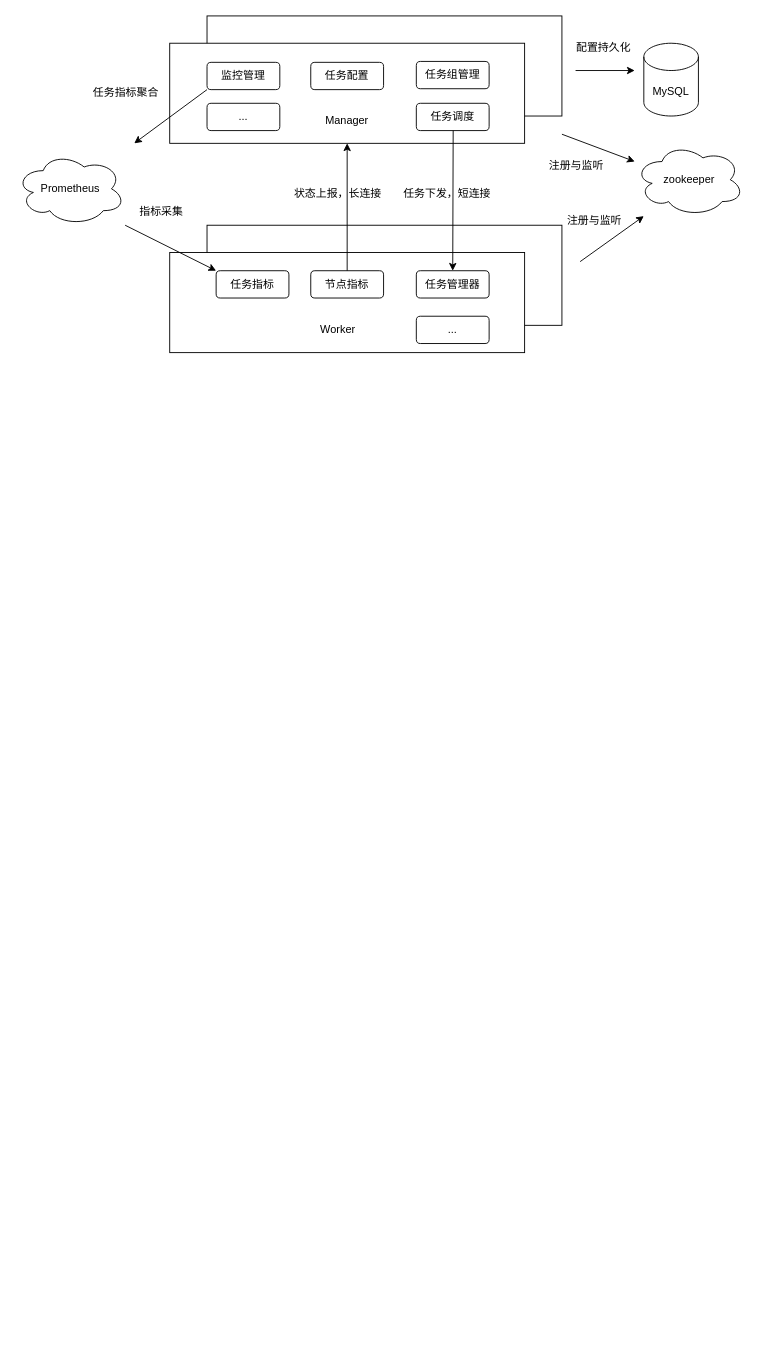
believezzd/diagrams keeps this draw.io diagram as dts/dts-architecture.drawio. Above is the earlier version. Source tidied: cells renumbered, new cells numbered last; positions are measured from the earlier drawing's top-left corner, leaving out a move shared by most shapes. Both pictures are drawn from the tidied source at 91%, with x=0, y=0 at pixel (15, 15).
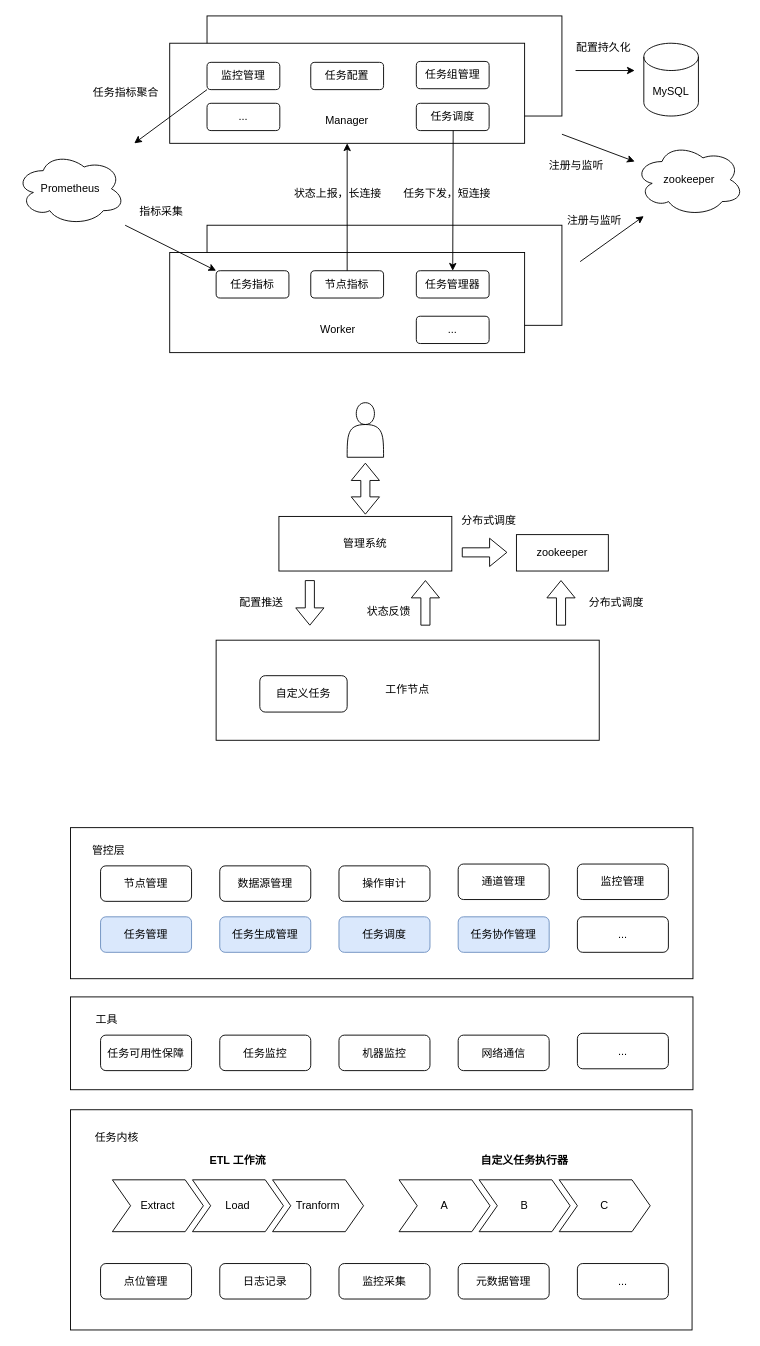
The same page after the edit.

Change to the diagram source:
```diff
@@
+    <mxCell id="34" style="rounded=0;whiteSpace=wrap;html=1;" parent="1" vertex="1">
+      <mxGeometry x="60" y="1202" width="683" height="242" as="geometry" />
+    </mxCell>
+    <mxCell id="35" style="rounded=0;whiteSpace=wrap;html=1;" parent="1" vertex="1">
+      <mxGeometry x="60" y="1078" width="684" height="102" as="geometry" />
+    </mxCell>
@@
+    <mxCell id="36" style="shape=actor;whiteSpace=wrap;html=1;" parent="1" vertex="1">
+      <mxGeometry x="364" y="425" width="40" height="60" as="geometry" />
+    </mxCell>
+    <mxCell id="37" value="管理系统" style="rounded=0;whiteSpace=wrap;html=1;" parent="1" vertex="1">
+      <mxGeometry x="289" y="550" width="190" height="60" as="geometry" />
+    </mxCell>
+    <mxCell id="38" value="工作节点" style="rounded=0;whiteSpace=wrap;html=1;" parent="1" vertex="1">
+      <mxGeometry x="220" y="686" width="421" height="110" as="geometry" />
+    </mxCell>
+    <mxCell id="39" style="shape=flexArrow;endArrow=classic;html=1;rounded=0;" parent="1" edge="1">
+      <mxGeometry relative="1" as="geometry">
+        <mxPoint x="450" y="670" as="sourcePoint" />
+        <mxPoint x="450" y="620" as="targetPoint" />
+      </mxGeometry>
+    </mxCell>
+    <mxCell id="40" value="zookeeper" style="rounded=0;whiteSpace=wrap;html=1;" parent="1" vertex="1">
+      <mxGeometry x="550" y="570" width="101" height="40" as="geometry" />
+    </mxCell>
+    <mxCell id="41" style="shape=flexArrow;endArrow=classic;html=1;rounded=0;" parent="1" edge="1">
+      <mxGeometry relative="1" as="geometry">
+        <mxPoint x="323" y="620" as="sourcePoint" />
+        <mxPoint x="323" y="670" as="targetPoint" />
+      </mxGeometry>
+    </mxCell>
+    <mxCell id="42" value="配置推送" style="text;html=1;strokeColor=none;fillColor=none;align=center;verticalAlign=middle;whiteSpace=wrap;rounded=0;" parent="1" vertex="1">
+      <mxGeometry x="240" y="630" width="60" height="30" as="geometry" />
+    </mxCell>
+    <mxCell id="43" value="自定义任务" style="rounded=1;whiteSpace=wrap;html=1;" parent="1" vertex="1">
+      <mxGeometry x="268" y="725" width="96" height="40" as="geometry" />
+    </mxCell>
+    <mxCell id="44" style="shape=flexArrow;endArrow=classic;html=1;rounded=0;" parent="1" edge="1">
+      <mxGeometry relative="1" as="geometry">
+        <mxPoint x="599" y="670" as="sourcePoint" />
+        <mxPoint x="599" y="620" as="targetPoint" />
+      </mxGeometry>
+    </mxCell>
+    <mxCell id="45" value="状态反馈" style="text;html=1;strokeColor=none;fillColor=none;align=center;verticalAlign=middle;whiteSpace=wrap;rounded=0;" parent="1" vertex="1">
+      <mxGeometry x="380" y="640" width="60" height="30" as="geometry" />
+    </mxCell>
+    <mxCell id="46" value="分布式调度" style="text;html=1;strokeColor=none;fillColor=none;align=center;verticalAlign=middle;whiteSpace=wrap;rounded=0;" parent="1" vertex="1">
+      <mxGeometry x="620" y="630" width="80" height="30" as="geometry" />
+    </mxCell>
+    <mxCell id="47" style="shape=flexArrow;endArrow=classic;html=1;rounded=0;" parent="1" edge="1">
+      <mxGeometry relative="1" as="geometry">
+        <mxPoint x="490" y="589.5" as="sourcePoint" />
+        <mxPoint x="540" y="589.5" as="targetPoint" />
+      </mxGeometry>
+    </mxCell>
+    <mxCell id="48" value="分布式调度" style="text;html=1;strokeColor=none;fillColor=none;align=center;verticalAlign=middle;whiteSpace=wrap;rounded=0;" parent="1" vertex="1">
+      <mxGeometry x="480" y="540" width="80" height="30" as="geometry" />
+    </mxCell>
+    <mxCell id="49" style="shape=flexArrow;endArrow=classic;startArrow=classic;html=1;rounded=0;" parent="1" edge="1">
+      <mxGeometry relative="1" as="geometry">
+        <mxPoint x="384" y="548" as="sourcePoint" />
+        <mxPoint x="384" y="491" as="targetPoint" />
+      </mxGeometry>
+    </mxCell>
+    <mxCell id="50" style="rounded=0;whiteSpace=wrap;html=1;" parent="1" vertex="1">
+      <mxGeometry x="60" y="892" width="684" height="166" as="geometry" />
+    </mxCell>
+    <mxCell id="51" value="管控层" style="text;html=1;strokeColor=none;fillColor=none;align=center;verticalAlign=middle;whiteSpace=wrap;rounded=0;" parent="1" vertex="1">
+      <mxGeometry x="72" y="902" width="60" height="30" as="geometry" />
+    </mxCell>
+    <mxCell id="52" value="数据源管理" style="rounded=1;whiteSpace=wrap;html=1;" parent="1" vertex="1">
+      <mxGeometry x="224" y="934" width="100" height="39" as="geometry" />
+    </mxCell>
+    <mxCell id="53" value="节点管理" style="rounded=1;whiteSpace=wrap;html=1;" parent="1" vertex="1">
+      <mxGeometry x="93" y="934" width="100" height="39" as="geometry" />
+    </mxCell>
+    <mxCell id="54" value="操作审计" style="rounded=1;whiteSpace=wrap;html=1;" parent="1" vertex="1">
+      <mxGeometry x="355" y="934" width="100" height="39" as="geometry" />
+    </mxCell>
+    <mxCell id="55" value="通道管理" style="rounded=1;whiteSpace=wrap;html=1;" parent="1" vertex="1">
+      <mxGeometry x="486" y="932" width="100" height="39" as="geometry" />
+    </mxCell>
+    <mxCell id="56" value="任务管理" style="rounded=1;whiteSpace=wrap;html=1;fillColor=#dae8fc;strokeColor=#6c8ebf;" parent="1" vertex="1">
+      <mxGeometry x="93" y="990" width="100" height="39" as="geometry" />
+    </mxCell>
+    <mxCell id="57" value="任务生成管理" style="rounded=1;whiteSpace=wrap;html=1;fillColor=#dae8fc;strokeColor=#6c8ebf;" parent="1" vertex="1">
+      <mxGeometry x="224" y="990" width="100" height="39" as="geometry" />
+    </mxCell>
+    <mxCell id="58" value="任务调度" style="rounded=1;whiteSpace=wrap;html=1;fillColor=#dae8fc;strokeColor=#6c8ebf;" parent="1" vertex="1">
+      <mxGeometry x="355" y="990" width="100" height="39" as="geometry" />
+    </mxCell>
+    <mxCell id="59" value="任务协作管理" style="rounded=1;whiteSpace=wrap;html=1;fillColor=#dae8fc;strokeColor=#6c8ebf;" parent="1" vertex="1">
+      <mxGeometry x="486" y="990" width="100" height="39" as="geometry" />
+    </mxCell>
+    <mxCell id="60" value="..." style="rounded=1;whiteSpace=wrap;html=1;" parent="1" vertex="1">
+      <mxGeometry x="617" y="990" width="100" height="39" as="geometry" />
+    </mxCell>
+    <mxCell id="61" value="工具" style="text;html=1;strokeColor=none;fillColor=none;align=center;verticalAlign=middle;whiteSpace=wrap;rounded=0;" parent="1" vertex="1">
+      <mxGeometry x="70" y="1088" width="60" height="30" as="geometry" />
+    </mxCell>
+    <mxCell id="62" value="监控管理" style="rounded=1;whiteSpace=wrap;html=1;" parent="1" vertex="1">
+      <mxGeometry x="617" y="932" width="100" height="39" as="geometry" />
+    </mxCell>
+    <mxCell id="63" value="任务可用性保障" style="rounded=1;whiteSpace=wrap;html=1;" parent="1" vertex="1">
+      <mxGeometry x="93" y="1120" width="100" height="39" as="geometry" />
+    </mxCell>
+    <mxCell id="64" value="任务监控" style="rounded=1;whiteSpace=wrap;html=1;" parent="1" vertex="1">
+      <mxGeometry x="224" y="1120" width="100" height="39" as="geometry" />
+    </mxCell>
+    <mxCell id="65" value="机器监控" style="rounded=1;whiteSpace=wrap;html=1;" parent="1" vertex="1">
+      <mxGeometry x="355" y="1120" width="100" height="39" as="geometry" />
+    </mxCell>
+    <mxCell id="66" value="网络通信" style="rounded=1;whiteSpace=wrap;html=1;" parent="1" vertex="1">
+      <mxGeometry x="486" y="1120" width="100" height="39" as="geometry" />
+    </mxCell>
+    <mxCell id="67" value="..." style="rounded=1;whiteSpace=wrap;html=1;" parent="1" vertex="1">
+      <mxGeometry x="617" y="1118" width="100" height="39" as="geometry" />
+    </mxCell>
+    <mxCell id="68" value="任务内核" style="text;html=1;strokeColor=none;fillColor=none;align=center;verticalAlign=middle;whiteSpace=wrap;rounded=0;" parent="1" vertex="1">
+      <mxGeometry x="81" y="1218" width="60" height="30" as="geometry" />
+    </mxCell>
+    <mxCell id="69" value="ETL 工作流" style="swimlane;horizontal=1;fillColor=none;strokeColor=none;stackBorder=10;align=center;whiteSpace=wrap;html=1;" parent="1" vertex="1">
+      <mxGeometry x="96" y="1246" width="296" height="100" as="geometry" />
+    </mxCell>
+    <mxCell id="70" value="Extract" style="shape=step;perimeter=stepPerimeter;fixedSize=1;whiteSpace=wrap;html=1;" parent="69" vertex="1">
+      <mxGeometry x="10" y="33" width="100" height="57" as="geometry" />
+    </mxCell>
+    <mxCell id="71" value="Load" style="shape=step;perimeter=stepPerimeter;fixedSize=1;whiteSpace=wrap;html=1;" parent="69" vertex="1">
+      <mxGeometry x="98" y="33" width="100" height="57" as="geometry" />
+    </mxCell>
+    <mxCell id="72" value="Tranform" style="shape=step;perimeter=stepPerimeter;fixedSize=1;whiteSpace=wrap;html=1;" parent="69" vertex="1">
+      <mxGeometry x="186" y="33" width="100" height="57" as="geometry" />
+    </mxCell>
+    <mxCell id="73" value="自定义任务执行器" style="swimlane;horizontal=1;fillColor=none;strokeColor=none;stackBorder=10;align=center;whiteSpace=wrap;html=1;" parent="1" vertex="1">
+      <mxGeometry x="411" y="1246" width="296" height="100" as="geometry" />
+    </mxCell>
+    <mxCell id="74" value="A" style="shape=step;perimeter=stepPerimeter;fixedSize=1;whiteSpace=wrap;html=1;" parent="73" vertex="1">
+      <mxGeometry x="10" y="33" width="100" height="57" as="geometry" />
+    </mxCell>
+    <mxCell id="75" value="B" style="shape=step;perimeter=stepPerimeter;fixedSize=1;whiteSpace=wrap;html=1;" parent="73" vertex="1">
+      <mxGeometry x="98" y="33" width="100" height="57" as="geometry" />
+    </mxCell>
+    <mxCell id="76" value="C" style="shape=step;perimeter=stepPerimeter;fixedSize=1;whiteSpace=wrap;html=1;" parent="73" vertex="1">
+      <mxGeometry x="186" y="33" width="100" height="57" as="geometry" />
+    </mxCell>
+    <mxCell id="77" value="点位管理" style="rounded=1;whiteSpace=wrap;html=1;" parent="1" vertex="1">
+      <mxGeometry x="93" y="1371" width="100" height="39" as="geometry" />
+    </mxCell>
+    <mxCell id="78" value="日志记录" style="rounded=1;whiteSpace=wrap;html=1;" parent="1" vertex="1">
+      <mxGeometry x="224" y="1371" width="100" height="39" as="geometry" />
+    </mxCell>
+    <mxCell id="79" value="监控采集" style="rounded=1;whiteSpace=wrap;html=1;" parent="1" vertex="1">
+      <mxGeometry x="355" y="1371" width="100" height="39" as="geometry" />
+    </mxCell>
+    <mxCell id="80" value="元数据管理" style="rounded=1;whiteSpace=wrap;html=1;" parent="1" vertex="1">
+      <mxGeometry x="486" y="1371" width="100" height="39" as="geometry" />
+    </mxCell>
+    <mxCell id="81" value="..." style="rounded=1;whiteSpace=wrap;html=1;" parent="1" vertex="1">
+      <mxGeometry x="617" y="1371" width="100" height="39" as="geometry" />
+    </mxCell>
```
